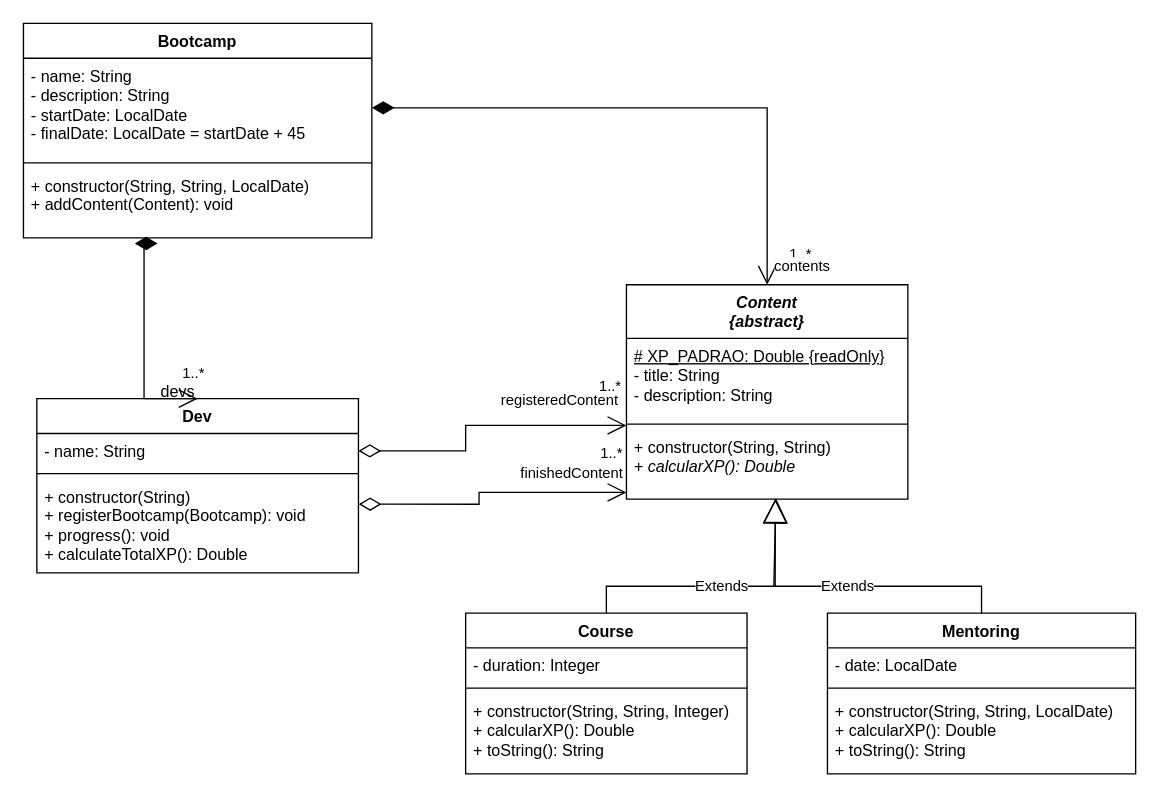
This is assets/desafio-bootcamp.drawio from samanthamaiaduarte/desafio-bootcamp-DIO, a draw.io file, before an edit. Source tidied: cells renumbered, new cells numbered last; positions are measured from the earlier drawing's top-left corner, leaving out a move shared by most shapes. Both pictures are drawn from the tidied source at 134%, with x=0, y=0 at pixel (23, 23).
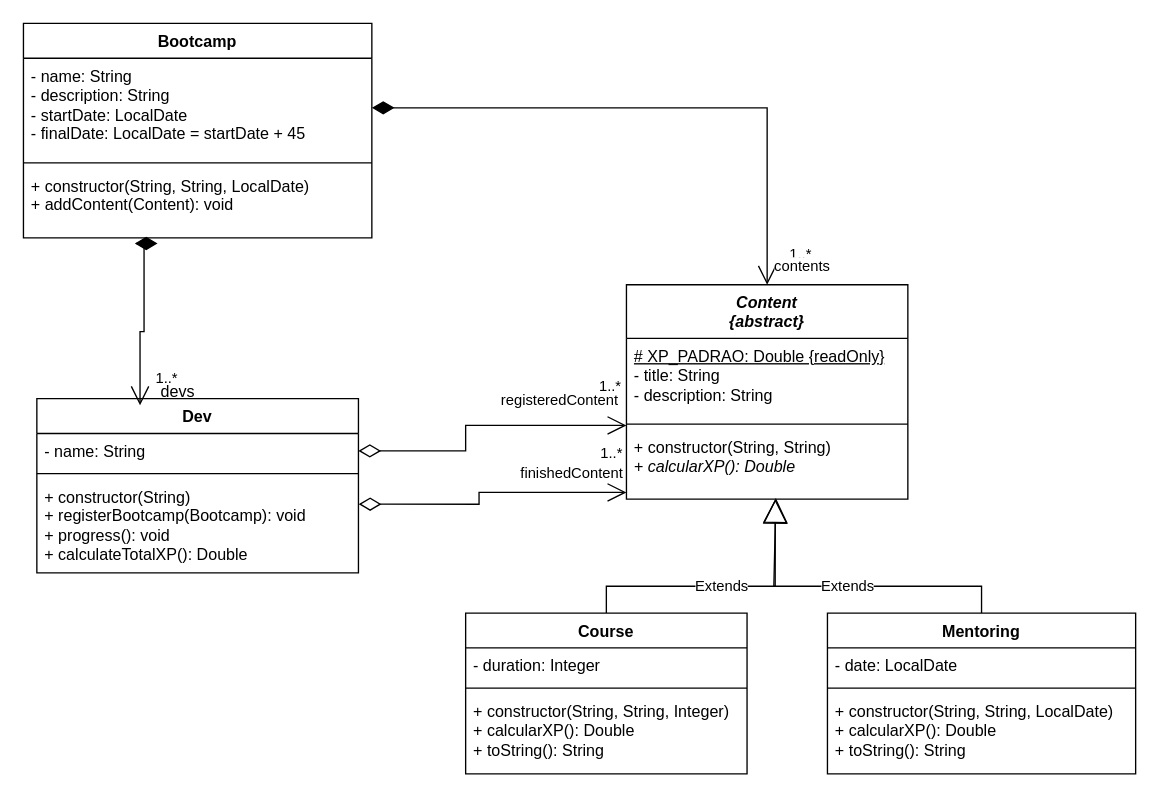
The same diagram, later.

Commit message (it also covers changes not shown here):
Class diagram

The change refers to these unchanged cells:
```xml
<mxCell id="19" value="+ constructor(String, String, LocalDate)&lt;div&gt;+ addContent(Content): void&lt;br&gt;&lt;/div&gt;" style="text;strokeColor=none;fillColor=none;align=left;verticalAlign=top;spacingLeft=4;spacingRight=4;overflow=hidden;points=[[0,0.5],[1,0.5]];portConstraint=eastwest;whiteSpace=wrap;html=1;" parent="16" vertex="1">
  <mxGeometry y="108" width="260" height="52" as="geometry" />
</mxCell>
<mxCell id="20" value="Dev" style="swimlane;fontStyle=1;align=center;verticalAlign=top;horizontal=1;startSize=26;whiteSpace=wrap;html=1;" parent="1" vertex="1">
  <mxGeometry x="10" y="280" width="240" height="130" as="geometry" />
</mxCell>
<mxCell id="27" value="devs" style="text;html=1;align=center;verticalAlign=middle;points=[];strokeColor=none;fillColor=none;" parent="1" vertex="1">
  <mxGeometry x="90" y="260" width="50" height="30" as="geometry" />
</mxCell>
```

Diff of the diagram source:
```diff
@@
-    <mxCell id="26" value="1..*" style="endArrow=open;html=1;endSize=12;startArrow=diamondThin;startSize=14;startFill=1;edgeStyle=orthogonalEdgeStyle;align=left;verticalAlign=bottom;rounded=0;exitX=0.385;exitY=1.08;exitDx=0;exitDy=0;exitPerimeter=0;entryX=0.5;entryY=0;entryDx=0;entryDy=0;" parent="1" edge="1" source="19" target="20">
+    <mxCell id="26" value="1..*" style="endArrow=open;html=1;endSize=12;startArrow=diamondThin;startSize=14;startFill=1;edgeStyle=orthogonalEdgeStyle;align=left;verticalAlign=bottom;rounded=0;exitX=0.385;exitY=1.08;exitDx=0;exitDy=0;exitPerimeter=0;entryX=-0.06;entryY=0.833;entryDx=0;entryDy=0;entryPerimeter=0;" parent="1" edge="1" source="19" target="27">
       <mxGeometry x="0.84" y="10" relative="1" as="geometry">
         <Array as="points">
           <mxPoint x="90" y="164" />
+          <mxPoint x="90" y="230" />
+          <mxPoint x="87" y="230" />
         </Array>
       </mxGeometry>
     </mxCell>
```
